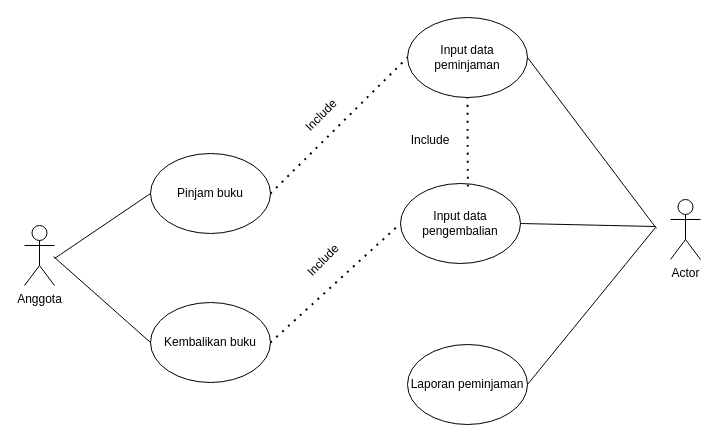
Before: Use case diagram peminjaman perpustakaan.drawio in NaufalR12/drawio, a draw.io diagram. Source tidied: cells renumbered, new cells numbered last; positions are measured from the earlier drawing's top-left corner, leaving out a move shared by most shapes. Both pictures are drawn from the tidied source at 100%, with x=0, y=0 at pixel (24, 17).
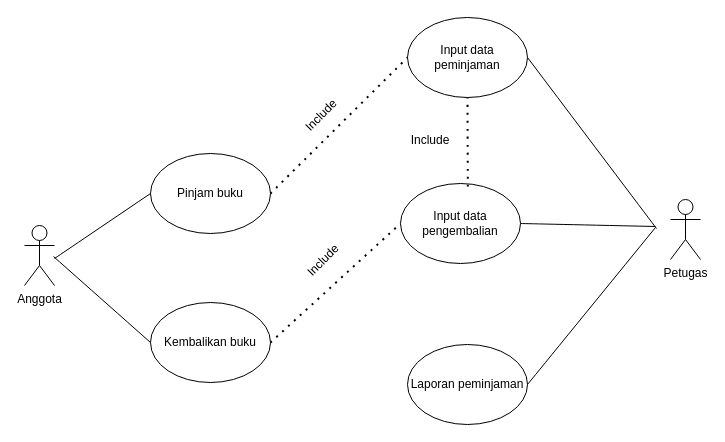
After the change.

What changed in the source:
```diff
@@
-    <mxCell id="13" value="Actor" style="shape=umlActor;verticalLabelPosition=bottom;verticalAlign=top;html=1;" parent="1" vertex="1">
+    <mxCell id="13" value="Petugas" style="shape=umlActor;verticalLabelPosition=bottom;verticalAlign=top;html=1;" parent="1" vertex="1">
       <mxGeometry x="646" y="182" width="30" height="60" as="geometry" />
     </mxCell>
```
